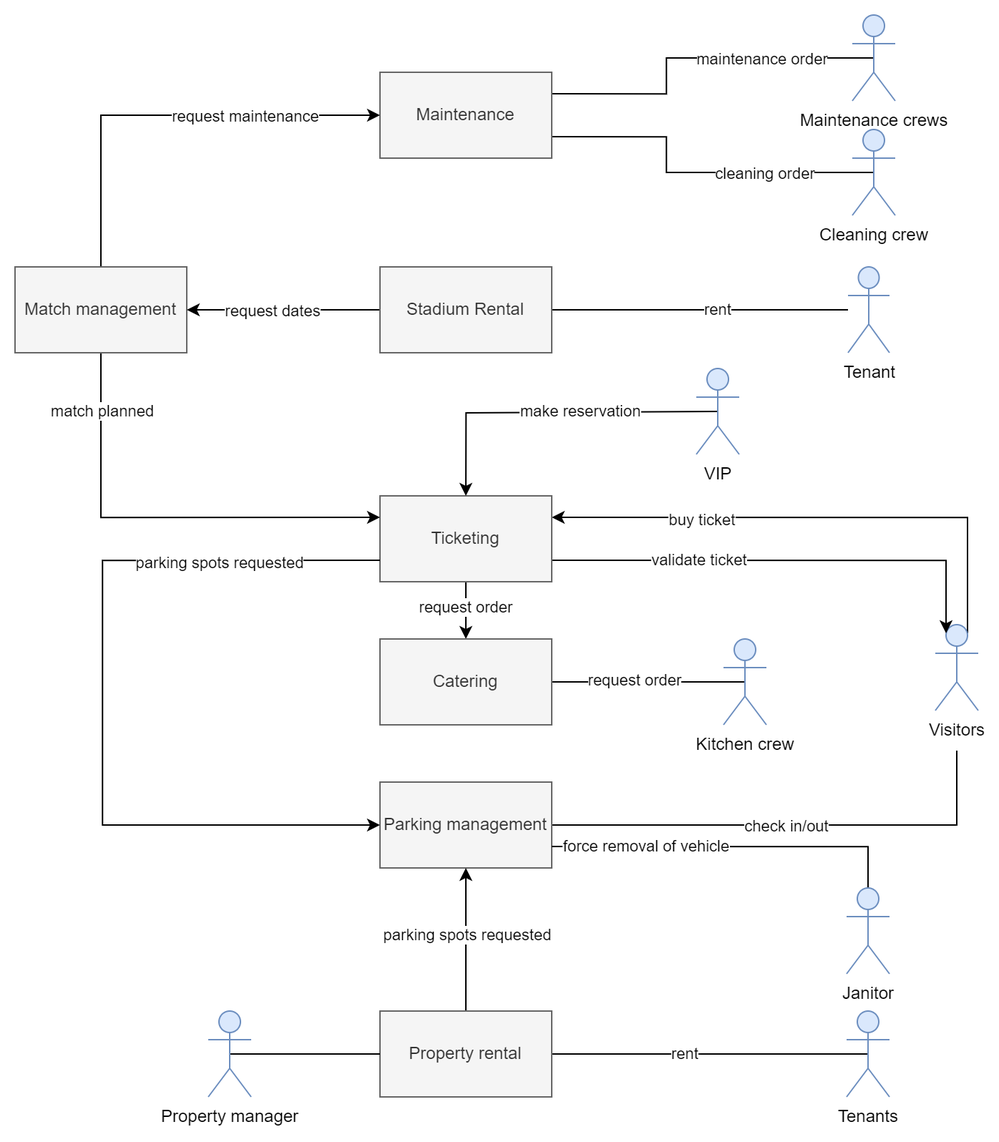
Earlier version of the draw.io export service_diagram.png (martijnmeeldijk/fc-smal). Source tidied: cells renumbered, new cells last; positions are measured from the earlier drawing's top-left corner, leaving out a move shared by most shapes.
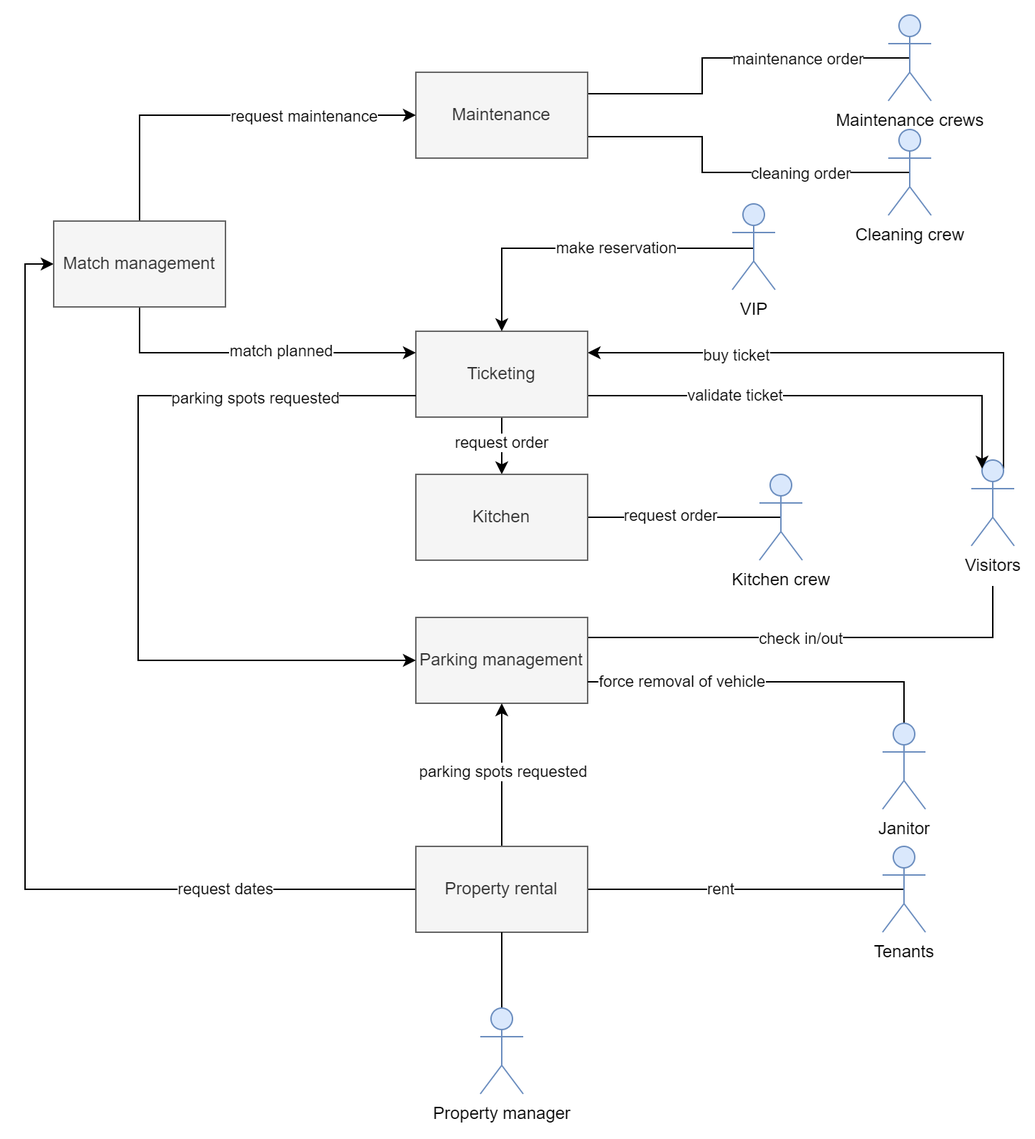
The same diagram one commit later.

The edit, as a diff of the source:
```diff
@@ -6,7 +6,8 @@
       <mxGeometry relative="1" as="geometry">
         <mxPoint x="658" y="514" as="sourcePoint" />
         <Array as="points">
-          <mxPoint x="658" y="566" />
+          <mxPoint x="658" y="550" />
+          <mxPoint x="375" y="550" />
         </Array>
       </mxGeometry>
     </mxCell>
@@ -31,8 +32,8 @@
     <mxCell id="7" style="edgeStyle=orthogonalEdgeStyle;rounded=0;jettySize=auto;html=1;exitX=0.5;exitY=0.5;exitDx=0;exitDy=0;exitPerimeter=0;entryX=1;entryY=0.75;entryDx=0;entryDy=0;endArrow=none;endFill=0;" parent="1" edge="1" source="9" target="25">
       <mxGeometry relative="1" as="geometry">
         <Array as="points">
-          <mxPoint x="455" y="110" />
-          <mxPoint x="455" y="85" />
+          <mxPoint x="455" y="225" />
+          <mxPoint x="455" y="200" />
         </Array>
       </mxGeometry>
     </mxCell>
@@ -42,13 +43,13 @@
       </mxGeometry>
     </mxCell>
     <mxCell id="9" value="Cleaning crew" style="shape=umlActor;verticalLabelPosition=bottom;verticalAlign=top;html=1;outlineConnect=0;fillColor=#dae8fc;strokeColor=#6c8ebf;" parent="1" vertex="1">
-      <mxGeometry x="585" y="80" width="30" height="60" as="geometry" />
+      <mxGeometry x="585" y="195" width="30" height="60" as="geometry" />
     </mxCell>
     <mxCell id="10" style="edgeStyle=orthogonalEdgeStyle;rounded=0;jettySize=auto;html=1;exitX=0.5;exitY=0.5;exitDx=0;exitDy=0;exitPerimeter=0;entryX=1;entryY=0.25;entryDx=0;entryDy=0;endArrow=none;endFill=0;" parent="1" edge="1" source="12" target="25">
       <mxGeometry relative="1" as="geometry">
         <Array as="points">
-          <mxPoint x="455" y="30" />
-          <mxPoint x="455" y="55" />
+          <mxPoint x="455" y="145" />
+          <mxPoint x="455" y="170" />
         </Array>
       </mxGeometry>
     </mxCell>
@@ -58,7 +59,7 @@
       </mxGeometry>
     </mxCell>
     <mxCell id="12" value="Maintenance crews" style="shape=umlActor;verticalLabelPosition=bottom;verticalAlign=top;html=1;outlineConnect=0;fillColor=#dae8fc;strokeColor=#6c8ebf;" parent="1" vertex="1">
-      <mxGeometry x="585" width="30" height="60" as="geometry" />
+      <mxGeometry x="585" y="115" width="30" height="60" as="geometry" />
     </mxCell>
     <mxCell id="13" style="edgeStyle=orthogonalEdgeStyle;rounded=0;jettySize=auto;html=1;exitX=0.5;exitY=0.5;exitDx=0;exitDy=0;exitPerimeter=0;entryX=1;entryY=0.5;entryDx=0;entryDy=0;endArrow=none;endFill=0;" parent="1" edge="1" source="15" target="19">
       <mxGeometry relative="1" as="geometry" />
@@ -78,6 +79,12 @@
     <mxCell id="18" value="parking spots requested" style="edgeLabel;html=1;align=center;verticalAlign=middle;" parent="17" vertex="1">
       <mxGeometry x="0.07" relative="1" as="geometry" />
     </mxCell>
+    <mxCell id="51" style="edgeStyle=orthogonalEdgeStyle;rounded=0;jettySize=auto;html=1;exitX=0;exitY=0.5;exitDx=0;exitDy=0;entryX=0;entryY=0.5;entryDx=0;entryDy=0;" parent="1" edge="1" source="19" target="32">
+      <mxGeometry relative="1" as="geometry" />
+    </mxCell>
+    <mxCell id="42" value="request dates" style="edgeLabel;html=1;align=center;verticalAlign=middle;" parent="51" vertex="1">
+      <mxGeometry x="-0.63" y="-1" relative="1" as="geometry" />
+    </mxCell>
     <mxCell id="19" value="Property rental" style="rounded=0;whiteSpace=wrap;html=1;fillColor=#f5f5f5;fontColor=#333333;strokeColor=#666666;" parent="1" vertex="1">
       <mxGeometry x="255" y="696" width="120" height="60" as="geometry" />
     </mxCell>
@@ -103,7 +110,7 @@
       <mxGeometry x="255" y="336" width="120" height="60" as="geometry" />
     </mxCell>
     <mxCell id="25" value="Maintenance" style="rounded=0;whiteSpace=wrap;html=1;fillColor=#f5f5f5;fontColor=#333333;strokeColor=#666666;" parent="1" vertex="1">
-      <mxGeometry x="255" y="40" width="120" height="60" as="geometry" />
+      <mxGeometry x="255" y="155" width="120" height="60" as="geometry" />
     </mxCell>
     <mxCell id="26" style="edgeStyle=orthogonalEdgeStyle;rounded=0;jettySize=auto;html=1;exitX=0.5;exitY=0;exitDx=0;exitDy=0;entryX=0;entryY=0.5;entryDx=0;entryDy=0;endArrow=classic;endFill=1;" parent="1" edge="1" source="32" target="25">
       <mxGeometry relative="1" as="geometry" />
@@ -118,7 +125,7 @@
     </mxCell>
     <mxCell id="29" value="match planned" style="edgeLabel;html=1;align=center;verticalAlign=middle;" parent="28" vertex="1">
       <mxGeometry x="-0.49" y="2" relative="1" as="geometry">
-        <mxPoint x="-2" y="-40" as="offset" />
+        <mxPoint x="72" as="offset" />
       </mxGeometry>
     </mxCell>
     <mxCell id="30" style="edgeStyle=orthogonalEdgeStyle;rounded=0;jettySize=auto;html=1;exitX=0;exitY=0.75;exitDx=0;exitDy=0;entryX=0;entryY=0.5;entryDx=0;entryDy=0;endArrow=classic;endFill=1;" parent="1" edge="1" source="24" target="16">
@@ -135,7 +142,7 @@
       </mxGeometry>
     </mxCell>
     <mxCell id="32" value="Match management" style="rounded=0;whiteSpace=wrap;html=1;fillColor=#f5f5f5;fontColor=#333333;strokeColor=#666666;" parent="1" vertex="1">
-      <mxGeometry y="176" width="120" height="60" as="geometry" />
+      <mxGeometry x="2" y="259" width="120" height="60" as="geometry" />
     </mxCell>
     <mxCell id="33" style="edgeStyle=orthogonalEdgeStyle;rounded=0;jettySize=auto;html=1;exitX=1;exitY=0.5;exitDx=0;exitDy=0;entryX=0.5;entryY=0.5;entryDx=0;entryDy=0;entryPerimeter=0;endArrow=none;endFill=0;" parent="1" edge="1" source="35" target="36">
       <mxGeometry relative="1" as="geometry" />
@@ -143,38 +150,18 @@
     <mxCell id="34" value="request order" style="edgeLabel;html=1;align=center;verticalAlign=middle;" parent="33" vertex="1">
       <mxGeometry x="-0.16" y="2" relative="1" as="geometry" />
     </mxCell>
-    <mxCell id="35" value="Catering" style="rounded=0;whiteSpace=wrap;html=1;fillColor=#f5f5f5;fontColor=#333333;strokeColor=#666666;" parent="1" vertex="1">
+    <mxCell id="35" value="Kitchen" style="rounded=0;whiteSpace=wrap;html=1;fillColor=#f5f5f5;fontColor=#333333;strokeColor=#666666;" parent="1" vertex="1">
       <mxGeometry x="255" y="436" width="120" height="60" as="geometry" />
     </mxCell>
     <mxCell id="36" value="Kitchen crew" style="shape=umlActor;verticalLabelPosition=bottom;verticalAlign=top;html=1;outlineConnect=0;fillColor=#dae8fc;strokeColor=#6c8ebf;" parent="1" vertex="1">
       <mxGeometry x="495" y="436" width="30" height="60" as="geometry" />
     </mxCell>
-    <mxCell id="37" style="edgeStyle=orthogonalEdgeStyle;rounded=0;jettySize=auto;html=1;exitX=0.5;exitY=0.5;exitDx=0;exitDy=0;exitPerimeter=0;entryX=0;entryY=0.5;entryDx=0;entryDy=0;endArrow=none;endFill=0;" parent="1" edge="1" source="38" target="19">
+    <mxCell id="37" style="edgeStyle=orthogonalEdgeStyle;rounded=0;jettySize=auto;html=1;exitX=0.5;exitY=0.5;exitDx=0;exitDy=0;exitPerimeter=0;entryX=0.5;entryY=1;entryDx=0;entryDy=0;endArrow=none;endFill=0;" parent="1" edge="1" source="38" target="19">
       <mxGeometry relative="1" as="geometry" />
     </mxCell>
     <mxCell id="38" value="Property manager" style="shape=umlActor;verticalLabelPosition=bottom;verticalAlign=top;html=1;outlineConnect=0;fillColor=#dae8fc;strokeColor=#6c8ebf;" parent="1" vertex="1">
-      <mxGeometry x="135" y="696" width="30" height="60" as="geometry" />
+      <mxGeometry x="300" y="809" width="30" height="60" as="geometry" />
     </mxCell>
-    <mxCell id="39" style="edgeStyle=orthogonalEdgeStyle;rounded=0;jettySize=auto;html=1;exitX=1;exitY=0.5;exitDx=0;exitDy=0;endArrow=none;endFill=0;" parent="1" edge="1" source="43" target="44">
-      <mxGeometry relative="1" as="geometry" />
-    </mxCell>
-    <mxCell id="40" value="rent" style="edgeLabel;html=1;align=center;verticalAlign=middle;" parent="39" vertex="1">
-      <mxGeometry x="0.11" y="1" relative="1" as="geometry" />
-    </mxCell>
-    <mxCell id="41" style="edgeStyle=orthogonalEdgeStyle;rounded=0;jettySize=auto;html=1;exitX=0;exitY=0.5;exitDx=0;exitDy=0;entryX=1;entryY=0.5;entryDx=0;entryDy=0;endArrow=classic;endFill=1;" parent="1" edge="1" source="43" target="32">
-      <mxGeometry relative="1" as="geometry" />
-    </mxCell>
-    <mxCell id="42" value="request dates" style="edgeLabel;html=1;align=center;verticalAlign=middle;" parent="41" vertex="1">
-      <mxGeometry x="0.28" y="2" relative="1" as="geometry">
-        <mxPoint x="10" y="-2" as="offset" />
-      </mxGeometry>
-    </mxCell>
-    <mxCell id="43" value="Stadium Rental" style="rounded=0;whiteSpace=wrap;html=1;fillColor=#f5f5f5;fontColor=#333333;strokeColor=#666666;" parent="1" vertex="1">
-      <mxGeometry x="255" y="176" width="120" height="60" as="geometry" />
-    </mxCell>
-    <mxCell id="44" value="Tenant" style="shape=umlActor;verticalLabelPosition=bottom;verticalAlign=top;html=1;outlineConnect=0;fillColor=#dae8fc;strokeColor=#6c8ebf;" parent="1" vertex="1">
-      <mxGeometry x="582" y="176" width="29" height="60" as="geometry" />
-    </mxCell>
     <mxCell id="45" style="edgeStyle=orthogonalEdgeStyle;rounded=0;jettySize=auto;html=1;exitX=0.5;exitY=0;exitDx=0;exitDy=0;exitPerimeter=0;entryX=1;entryY=0.75;entryDx=0;entryDy=0;endArrow=none;endFill=0;" parent="1" edge="1" source="47" target="16">
       <mxGeometry relative="1" as="geometry">
         <Array as="points">
```
